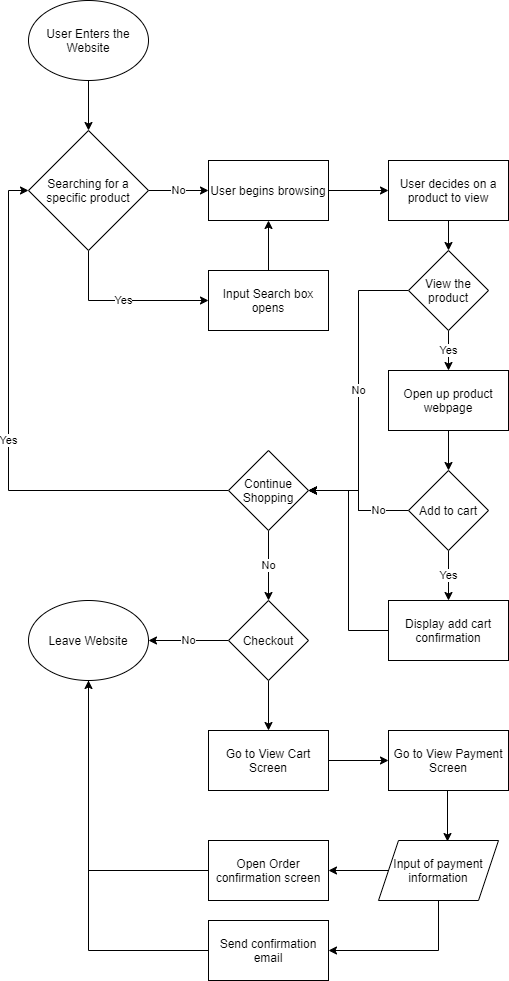
Earlier version of the draw.io export part2/part2.drawio.png (b1wang/sp21-cse110-lab4). Source tidied: cells renumbered, new cells last; positions are measured from the earlier drawing's top-left corner, leaving out a move shared by most shapes.
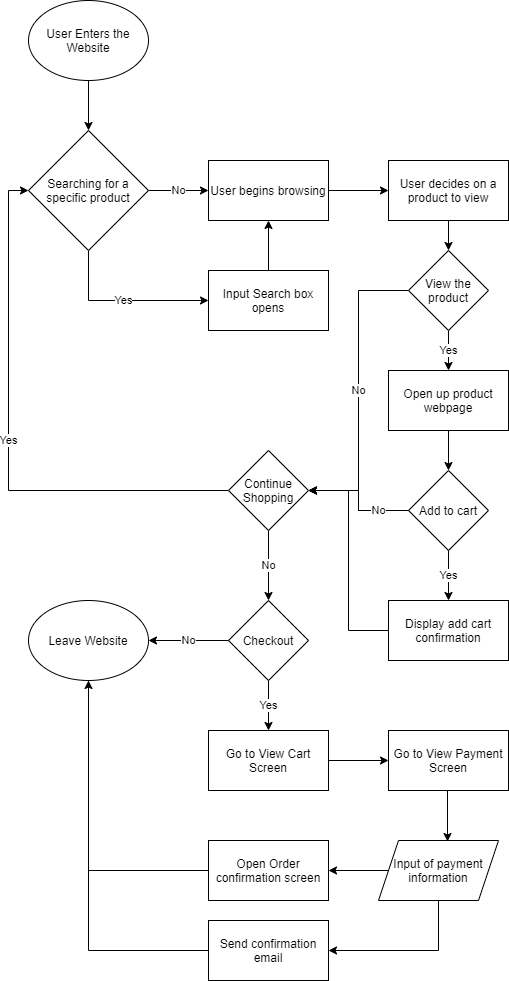
After the commit.

The edit, as a diff of the source:
```diff
@@ -82,7 +82,7 @@
         <mxPoint x="120" y="640" as="targetPoint" />
       </mxGeometry>
     </mxCell>
-    <mxCell id="28" style="edgeStyle=orthogonalEdgeStyle;rounded=0;jettySize=auto;html=1;entryX=0.5;entryY=0;entryDx=0;entryDy=0;" parent="1" edge="1" source="29" target="31">
+    <mxCell id="28" value="Yes" style="edgeStyle=orthogonalEdgeStyle;rounded=0;jettySize=auto;html=1;entryX=0.5;entryY=0;entryDx=0;entryDy=0;" parent="1" edge="1" source="29" target="31">
       <mxGeometry relative="1" as="geometry" />
     </mxCell>
     <mxCell id="29" value="Checkout" style="rhombus;whiteSpace=wrap;html=1;" parent="1" vertex="1">
```
